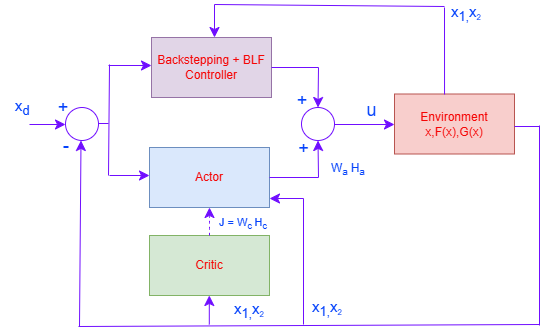
This is docs/source/programs/RL_diagram.png from grep265/c4dynamics, a draw.io export, as it was before one commit. Source tidied: cells renumbered, new cells last; positions are measured from the earlier drawing's top-left corner, leaving out a move shared by most shapes.
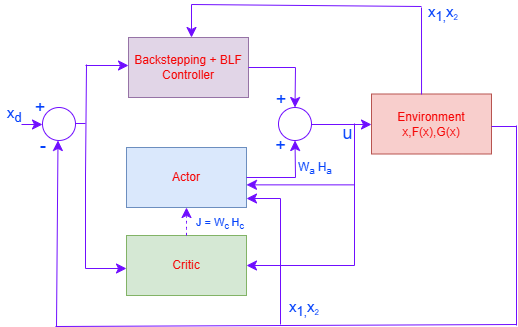
The same file after the commit.

Commit message:
• Update class definition in the template to include c4dynamics.state • Updated the controller diagram

The edit, as a diff of the source:
```diff
@@ -41,10 +41,10 @@
       </mxGeometry>
     </mxCell>
     <mxCell id="12" value="&lt;font style=&quot;font-size: 18px;&quot;&gt;+&lt;/font&gt;" style="text;html=1;whiteSpace=wrap;strokeColor=none;fillColor=none;align=center;verticalAlign=middle;rounded=0;fontColor=light-dark(#0442FB,#EDEDED);" parent="1" vertex="1">
-      <mxGeometry x="288" y="87" width="28" height="26" as="geometry" />
+      <mxGeometry x="289.5" y="86" width="28" height="26" as="geometry" />
     </mxCell>
     <mxCell id="13" value="&lt;font style=&quot;font-size: 18px;&quot;&gt;+&lt;/font&gt;" style="text;html=1;whiteSpace=wrap;strokeColor=none;fillColor=none;align=center;verticalAlign=middle;rounded=0;fontColor=light-dark(#0442FB,#EDEDED);" parent="1" vertex="1">
-      <mxGeometry x="291" y="135" width="25" height="26" as="geometry" />
+      <mxGeometry x="291" y="132" width="25" height="26" as="geometry" />
     </mxCell>
     <mxCell id="14" style="endArrow=classic;html=1;rounded=0;fontSize=12;startSize=8;endSize=8;curved=1;strokeColor=#700EFF;" parent="1" edge="1">
       <mxGeometry relative="1" as="geometry">
@@ -61,7 +61,7 @@
       <mxGeometry x="215" y="211" width="56" height="26" as="geometry" />
     </mxCell>
     <mxCell id="17" value="&lt;span style=&quot;font-size: 18px;&quot;&gt;u&lt;/span&gt;" style="text;html=1;whiteSpace=wrap;strokeColor=none;fillColor=none;align=center;verticalAlign=middle;rounded=0;fontColor=light-dark(#0442FB,#EDEDED);" parent="1" vertex="1">
-      <mxGeometry x="358" y="97" width="27" height="26" as="geometry" />
+      <mxGeometry x="357" y="119.5" width="27" height="26" as="geometry" />
     </mxCell>
     <mxCell id="18" style="endArrow=none;html=1;rounded=0;fontSize=12;startSize=8;endSize=8;curved=1;strokeColor=#700EFF;" parent="1" edge="1">
       <mxGeometry relative="1" as="geometry">
@@ -98,16 +98,10 @@
     </mxCell>
     <mxCell id="25" style="endArrow=classic;html=1;rounded=0;fontSize=12;startSize=8;endSize=8;curved=1;fontColor=light-dark(#0442fb, #ededed);strokeColor=light-dark(#700EFF,#700EFF);" parent="1" edge="1">
       <mxGeometry relative="1" as="geometry">
-        <mxPoint x="29" y="124" as="sourcePoint" />
+        <mxPoint x="44" y="124" as="sourcePoint" />
         <mxPoint x="65" y="124" as="targetPoint" />
       </mxGeometry>
     </mxCell>
-    <mxCell id="26" style="endArrow=classic;html=1;rounded=0;fontSize=12;startSize=8;endSize=8;curved=1;fontColor=light-dark(#0442FB,#EDEDED);strokeColor=#700EFF;" parent="1" edge="1">
-      <mxGeometry relative="1" as="geometry">
-        <mxPoint x="109" y="175" as="sourcePoint" />
-        <mxPoint x="149" y="175" as="targetPoint" />
-      </mxGeometry>
-    </mxCell>
     <mxCell id="27" style="endArrow=classic;html=1;rounded=0;fontSize=12;startSize=8;endSize=8;curved=1;fontColor=light-dark(#0442FB,#EDEDED);strokeColor=#700EFF;" parent="1" edge="1">
       <mxGeometry relative="1" as="geometry">
         <mxPoint x="108" y="65" as="sourcePoint" />
@@ -132,15 +126,6 @@
         <mxPoint x="214" y="37" as="targetPoint" />
       </mxGeometry>
     </mxCell>
-    <mxCell id="31" style="endArrow=classic;html=1;rounded=0;fontSize=12;startSize=8;endSize=8;curved=1;entryX=0.5;entryY=1;entryDx=0;entryDy=0;fontColor=light-dark(#0442FB,#EDEDED);strokeColor=#700EFF;" parent="1" edge="1">
-      <mxGeometry relative="1" as="geometry">
-        <mxPoint x="208.8" y="324" as="sourcePoint" />
-        <mxPoint x="208.8" y="295" as="targetPoint" />
-      </mxGeometry>
-    </mxCell>
-    <mxCell id="32" value="&lt;span style=&quot;font-size: 15px;&quot;&gt;x&lt;sub&gt;1,&lt;/sub&gt;&lt;/span&gt;&lt;span style=&quot;font-size: 15px;&quot;&gt;x&lt;/span&gt;&lt;span style=&quot;font-size: 10px;&quot;&gt;&lt;sub&gt;2&lt;/sub&gt;&lt;/span&gt;" style="text;html=1;whiteSpace=wrap;strokeColor=none;fillColor=none;align=center;verticalAlign=middle;rounded=0;fontColor=light-dark(#0442FB,#EDEDED);" parent="1" vertex="1">
-      <mxGeometry x="227" y="297" width="44" height="26" as="geometry" />
-    </mxCell>
     <mxCell id="33" value="&lt;span style=&quot;font-size: 15px;&quot;&gt;x&lt;sub&gt;1,&lt;/sub&gt;&lt;/span&gt;&lt;span style=&quot;font-size: 15px;&quot;&gt;x&lt;/span&gt;&lt;span style=&quot;font-size: 10px;&quot;&gt;&lt;sub&gt;2&lt;/sub&gt;&lt;/span&gt;" style="text;html=1;whiteSpace=wrap;strokeColor=none;fillColor=none;align=center;verticalAlign=middle;rounded=0;fontColor=light-dark(#0442FB,#EDEDED);" parent="1" vertex="1">
       <mxGeometry x="305" y="295" width="44" height="26" as="geometry" />
     </mxCell>
@@ -157,7 +142,7 @@
       </mxGeometry>
     </mxCell>
     <mxCell id="36" value="&lt;span style=&quot;font-size: 15px;&quot;&gt;x&lt;sub&gt;d&lt;/sub&gt;&lt;/span&gt;" style="text;html=1;whiteSpace=wrap;strokeColor=none;fillColor=none;align=center;verticalAlign=middle;rounded=0;fontColor=light-dark(#0442fb, #ededed);" parent="1" vertex="1">
-      <mxGeometry y="93.5" width="44" height="26" as="geometry" />
+      <mxGeometry x="23" y="101" width="28" height="26" as="geometry" />
     </mxCell>
     <mxCell id="37" style="endArrow=none;html=1;rounded=0;fontSize=12;startSize=8;endSize=8;curved=1;fontColor=light-dark(#0442FB,#EDEDED);strokeColor=light-dark(#700EFF,#EDEDED);" parent="1" edge="1">
       <mxGeometry relative="1" as="geometry">
@@ -174,7 +159,43 @@
       <mxGeometry x="444" width="44" height="26" as="geometry" />
     </mxCell>
     <mxCell id="40" value="&lt;font style=&quot;font-size: 12px;&quot;&gt;&lt;span style=&quot;forced-color-adjust: none; font-family: Helvetica; font-style: normal; font-variant-ligatures: normal; font-variant-caps: normal; font-weight: 400; letter-spacing: normal; orphans: 2; text-align: center; text-indent: 0px; text-transform: none; widows: 2; word-spacing: 0px; -webkit-text-stroke-width: 0px; white-space: normal; text-decoration-thickness: initial; text-decoration-style: initial; text-decoration-color: initial;&quot;&gt;W&lt;sub style=&quot;&quot;&gt;a&lt;/sub&gt;&lt;/span&gt;&lt;sub style=&quot;forced-color-adjust: none; font-family: Helvetica; font-style: normal; font-variant-ligatures: normal; font-variant-caps: normal; font-weight: 400; letter-spacing: normal; orphans: 2; text-align: center; text-indent: 0px; text-transform: none; widows: 2; word-spacing: 0px; -webkit-text-stroke-width: 0px; white-space: normal; text-decoration-thickness: initial; text-decoration-style: initial; text-decoration-color: initial;&quot;&gt;&amp;nbsp;&lt;/sub&gt;&lt;span style=&quot;forced-color-adjust: none; font-family: Helvetica; font-style: normal; font-variant-ligatures: normal; font-variant-caps: normal; font-weight: 400; letter-spacing: normal; orphans: 2; text-align: center; text-indent: 0px; text-transform: none; widows: 2; word-spacing: 0px; -webkit-text-stroke-width: 0px; white-space: normal; text-decoration-thickness: initial; text-decoration-style: initial; text-decoration-color: initial;&quot;&gt;H&lt;/span&gt;&lt;span style=&quot;forced-color-adjust: none; font-family: Helvetica; font-style: normal; font-variant-ligatures: normal; font-variant-caps: normal; font-weight: 400; letter-spacing: normal; orphans: 2; text-align: center; text-indent: 0px; text-transform: none; widows: 2; word-spacing: 0px; -webkit-text-stroke-width: 0px; white-space: normal; text-decoration-thickness: initial; text-decoration-style: initial; text-decoration-color: initial;&quot;&gt;&lt;sub style=&quot;&quot;&gt;a&lt;/sub&gt;&lt;/span&gt;&lt;/font&gt;" style="text;whiteSpace=wrap;html=1;fontSize=11;fontColor=light-dark(#0442FB,#EDEDED);" parent="1" vertex="1">
-      <mxGeometry x="329" y="153.5" width="41" height="30.9" as="geometry" />
+      <mxGeometry x="319" y="153.5" width="41" height="30.9" as="geometry" />
     </mxCell>
+    <mxCell id="41" style="endArrow=none;html=1;rounded=0;fontSize=12;startSize=8;endSize=8;curved=1;fontColor=light-dark(#0442FB,#EDEDED);strokeColor=#700EFF;" parent="1" edge="1">
+      <mxGeometry relative="1" as="geometry">
+        <mxPoint x="108" y="268" as="sourcePoint" />
+        <mxPoint x="108" y="174" as="targetPoint" />
+      </mxGeometry>
+    </mxCell>
+    <mxCell id="42" style="endArrow=classic;html=1;rounded=0;fontSize=12;startSize=8;endSize=8;curved=1;fontColor=light-dark(#0442FB,#EDEDED);strokeColor=#700EFF;" parent="1" edge="1">
+      <mxGeometry relative="1" as="geometry">
+        <mxPoint x="108" y="268" as="sourcePoint" />
+        <mxPoint x="149" y="268" as="targetPoint" />
+      </mxGeometry>
+    </mxCell>
+    <mxCell id="43" style="endArrow=none;html=1;rounded=0;fontSize=12;startSize=8;endSize=8;curved=1;fontColor=light-dark(#0442FB,#EDEDED);strokeColor=#700EFF;" parent="1" edge="1">
+      <mxGeometry relative="1" as="geometry">
+        <mxPoint x="377" y="265" as="sourcePoint" />
+        <mxPoint x="377" y="123" as="targetPoint" />
+      </mxGeometry>
+    </mxCell>
+    <mxCell id="44" style="endArrow=classic;html=1;rounded=0;fontSize=12;startSize=8;endSize=8;curved=1;strokeColor=light-dark(#700EFF,#700EFF);" parent="1" edge="1">
+      <mxGeometry relative="1" as="geometry">
+        <mxPoint x="377" y="265" as="sourcePoint" />
+        <mxPoint x="269" y="265" as="targetPoint" />
+      </mxGeometry>
+    </mxCell>
+    <mxCell id="45" style="edgeStyle=none;curved=1;rounded=0;orthogonalLoop=1;jettySize=auto;html=1;entryX=1;entryY=0.25;entryDx=0;entryDy=0;fontSize=12;startSize=8;endSize=8;" parent="1" edge="1">
+      <mxGeometry relative="1" as="geometry">
+        <mxPoint x="271" y="303.5" as="sourcePoint" />
+        <mxPoint x="271" y="303.5" as="targetPoint" />
+      </mxGeometry>
+    </mxCell>
+    <mxCell id="46" style="endArrow=classic;html=1;rounded=0;fontSize=12;startSize=8;endSize=8;curved=1;strokeColor=light-dark(#700EFF,#700EFF);" parent="1" edge="1">
+      <mxGeometry relative="1" as="geometry">
+        <mxPoint x="377" y="184.4" as="sourcePoint" />
+        <mxPoint x="269" y="184.4" as="targetPoint" />
+      </mxGeometry>
+    </mxCell>
   </root>
 </mxGraphModel>
```
